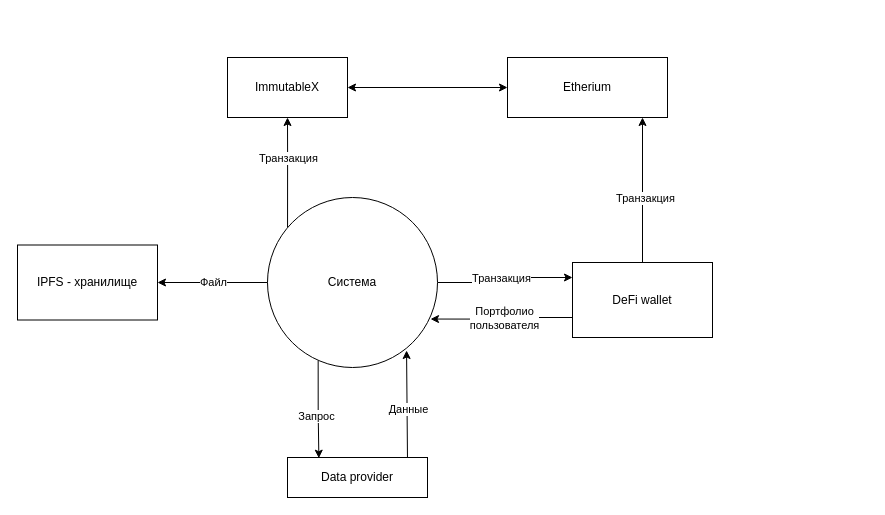
Before: CE/Контекстная.drawio in careock/diagrams, a draw.io diagram. Source tidied: cells renumbered, new cells numbered last; positions are measured from the earlier drawing's top-left corner, leaving out a move shared by most shapes. Both pictures are drawn from the tidied source at 100%, with x=0, y=0 at pixel (17, 57).
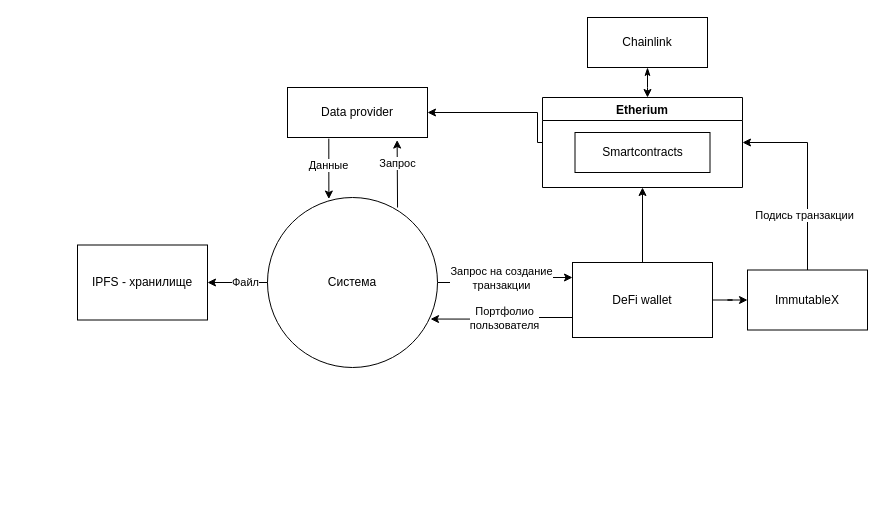
After the change.

Unchanged cells that the change refers to:
```xml
<mxCell id="4" style="edgeStyle=orthogonalEdgeStyle;rounded=0;jettySize=auto;html=1;startArrow=none;startFill=0;endArrow=classic;endFill=1;" parent="1" edge="1" source="8" target="16">
  <mxGeometry relative="1" as="geometry">
    <Array as="points">
      <mxPoint x="488" y="225" />
      <mxPoint x="488" y="220" />
    </Array>
  </mxGeometry>
</mxCell>
<mxCell id="8" value="Система" style="ellipse;whiteSpace=wrap;html=1;" parent="1" vertex="1">
  <mxGeometry x="250" y="140" width="170" height="170" as="geometry" />
</mxCell>
<mxCell id="16" value="DeFi wallet" style="rounded=0;whiteSpace=wrap;html=1;" parent="1" vertex="1">
  <mxGeometry x="555" y="205" width="140" height="75" as="geometry" />
</mxCell>
```

Diff of the diagram source:
```diff
@@
-    <mxCell id="2" style="edgeStyle=orthogonalEdgeStyle;rounded=0;jettySize=auto;html=1;entryX=0.224;entryY=0.017;entryDx=0;entryDy=0;startArrow=none;startFill=0;endArrow=classic;endFill=1;exitX=0.298;exitY=0.959;exitDx=0;exitDy=0;exitPerimeter=0;entryPerimeter=0;" parent="1" edge="1" source="8" target="17">
-      <mxGeometry relative="1" as="geometry" />
-    </mxCell>
-    <mxCell id="3" value="Запрос" style="edgeLabel;html=1;align=center;verticalAlign=middle;" parent="2" vertex="1">
-      <mxGeometry x="0.14" y="-3" relative="1" as="geometry" />
-    </mxCell>
@@
-    <mxCell id="5" value="Транзакция" style="edgeLabel;html=1;align=center;verticalAlign=middle;" parent="4" vertex="1">
+    <mxCell id="5" value="Запрос на создание &lt;br&gt;транзакции" style="edgeLabel;html=1;align=center;verticalAlign=middle;" parent="4" vertex="1">
       <mxGeometry x="0.11" y="2" relative="1" as="geometry">
         <mxPoint x="-10" y="2" as="offset" />
       </mxGeometry>
     </mxCell>
-    <mxCell id="6" style="edgeStyle=orthogonalEdgeStyle;rounded=0;jettySize=auto;html=1;entryX=0.5;entryY=1;entryDx=0;entryDy=0;startArrow=none;startFill=0;endArrow=classic;endFill=1;exitX=0.118;exitY=0.176;exitDx=0;exitDy=0;exitPerimeter=0;" parent="1" edge="1" source="8" target="11">
+    <mxCell id="6" style="edgeStyle=orthogonalEdgeStyle;rounded=0;jettySize=auto;html=1;entryX=0.5;entryY=0;entryDx=0;entryDy=0;startArrow=classic;startFill=1;endArrow=none;endFill=0;exitX=1;exitY=0.5;exitDx=0;exitDy=0;" parent="1" edge="1" source="9" target="11">
       <mxGeometry relative="1" as="geometry" />
     </mxCell>
-    <mxCell id="7" value="Транзакция" style="edgeLabel;html=1;align=center;verticalAlign=middle;" parent="6" vertex="1">
+    <mxCell id="7" value="Подись транзакции" style="edgeLabel;html=1;align=center;verticalAlign=middle;" parent="6" vertex="1">
       <mxGeometry x="0.35" y="-2" relative="1" as="geometry">
-        <mxPoint x="-2" y="4" as="offset" />
+        <mxPoint x="-2" y="7" as="offset" />
       </mxGeometry>
     </mxCell>
@@
-    <mxCell id="9" value="Etherium" style="rounded=0;whiteSpace=wrap;html=1;" parent="1" vertex="1">
-      <mxGeometry x="490" width="160" height="60" as="geometry" />
-    </mxCell>
-    <mxCell id="10" style="edgeStyle=orthogonalEdgeStyle;rounded=0;jettySize=auto;html=1;startArrow=classic;startFill=1;endArrow=classic;endFill=1;" parent="1" edge="1" source="11" target="9">
+    <mxCell id="10" style="edgeStyle=orthogonalEdgeStyle;rounded=0;jettySize=auto;html=1;startArrow=classic;startFill=1;endArrow=none;endFill=0;" parent="1" edge="1" source="11" target="16">
       <mxGeometry relative="1" as="geometry" />
     </mxCell>
     <mxCell id="11" value="ImmutableX" style="rounded=0;whiteSpace=wrap;html=1;" parent="1" vertex="1">
-      <mxGeometry x="210" width="120" height="60" as="geometry" />
+      <mxGeometry x="730" y="212.5" width="120" height="60" as="geometry" />
     </mxCell>
-    <mxCell id="12" style="edgeStyle=orthogonalEdgeStyle;rounded=0;jettySize=auto;html=1;startArrow=none;startFill=0;endArrow=classic;endFill=1;" parent="1" edge="1" source="16" target="9">
-      <mxGeometry relative="1" as="geometry">
-        <Array as="points">
-          <mxPoint x="595" y="30" />
-        </Array>
-      </mxGeometry>
-    </mxCell>
-    <mxCell id="13" value="Транзакция" style="edgeLabel;html=1;align=center;verticalAlign=middle;" parent="12" vertex="1">
-      <mxGeometry x="-0.42" y="-2" relative="1" as="geometry">
-        <mxPoint y="-23" as="offset" />
-      </mxGeometry>
-    </mxCell>
@@
+    <mxCell id="12" style="edgeStyle=orthogonalEdgeStyle;rounded=0;jettySize=auto;html=1;" parent="1" edge="1" source="16" target="9">
+      <mxGeometry relative="1" as="geometry" />
+    </mxCell>
@@
+    <mxCell id="23" style="edgeStyle=orthogonalEdgeStyle;rounded=0;jettySize=auto;html=1;strokeColor=default;startArrow=classic;startFill=1;endArrow=none;endFill=0;exitX=1;exitY=0.5;exitDx=0;exitDy=0;" parent="1" edge="1" source="17" target="9">
+      <mxGeometry relative="1" as="geometry">
+        <Array as="points">
+          <mxPoint x="520" y="55" />
+          <mxPoint x="520" y="85" />
+        </Array>
+      </mxGeometry>
+    </mxCell>
     <mxCell id="17" value="Data provider" style="rounded=0;whiteSpace=wrap;html=1;" parent="1" vertex="1">
-      <mxGeometry x="270" y="400" width="140" height="40" as="geometry" />
+      <mxGeometry x="270" y="30" width="140" height="50" as="geometry" />
     </mxCell>
-    <mxCell id="18" style="endArrow=none;html=1;rounded=0;exitX=0.818;exitY=0.9;exitDx=0;exitDy=0;exitPerimeter=0;startArrow=classic;startFill=1;endFill=0;entryX=0.857;entryY=0;entryDx=0;entryDy=0;entryPerimeter=0;" parent="1" edge="1" source="8" target="17">
+    <mxCell id="18" style="endArrow=none;html=1;rounded=0;startArrow=classic;startFill=1;endFill=0;entryX=0.295;entryY=1.023;entryDx=0;entryDy=0;entryPerimeter=0;exitX=0.361;exitY=0.009;exitDx=0;exitDy=0;exitPerimeter=0;" parent="1" edge="1" source="8" target="17">
       <mxGeometry relative="1" as="geometry" />
     </mxCell>
@@
     <mxCell id="22" value="IPFS - хранилище" style="rounded=0;whiteSpace=wrap;html=1;" parent="1" vertex="1">
-      <mxGeometry y="187.5" width="140" height="75" as="geometry" />
+      <mxGeometry x="60" y="187.5" width="130" height="75" as="geometry" />
     </mxCell>
+    <mxCell id="9" value="Etherium" style="swimlane;startSize=23;" parent="1" vertex="1">
+      <mxGeometry x="525" y="40" width="200" height="90" as="geometry" />
+    </mxCell>
+    <mxCell id="24" value="Smartcontracts" style="rounded=0;whiteSpace=wrap;html=1;" parent="9" vertex="1">
+      <mxGeometry x="32.5" y="35" width="135" height="40" as="geometry" />
+    </mxCell>
+    <mxCell id="25" style="edgeStyle=orthogonalEdgeStyle;rounded=0;jettySize=auto;html=1;startArrow=classicThin;startFill=1;entryX=0.7;entryY=0;entryDx=0;entryDy=0;entryPerimeter=0;" parent="1" edge="1" source="26">
+      <mxGeometry relative="1" as="geometry">
+        <mxPoint x="630" y="40" as="targetPoint" />
+      </mxGeometry>
+    </mxCell>
+    <mxCell id="26" value="Chainlink" style="rounded=0;whiteSpace=wrap;html=1;" parent="1" vertex="1">
+      <mxGeometry x="570" y="-40" width="120" height="50" as="geometry" />
+    </mxCell>
+    <mxCell id="2" style="endArrow=classic;html=1;rounded=0;strokeColor=default;exitX=0.765;exitY=0.059;exitDx=0;exitDy=0;exitPerimeter=0;entryX=0.783;entryY=1.051;entryDx=0;entryDy=0;entryPerimeter=0;" parent="1" edge="1" source="8" target="17">
+      <mxGeometry relative="1" as="geometry" />
+    </mxCell>
+    <mxCell id="3" value="Запрос" style="edgeLabel;html=1;align=center;verticalAlign=middle;" parent="2" vertex="1">
+      <mxGeometry x="0.01" relative="1" as="geometry">
+        <mxPoint y="-11" as="offset" />
+      </mxGeometry>
+    </mxCell>
```
